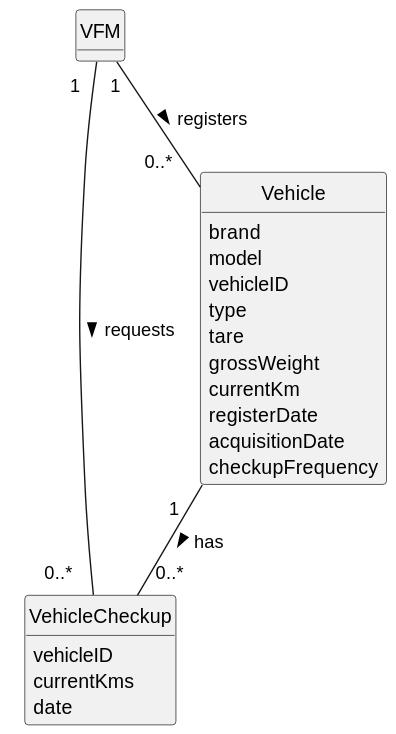
The PlantUML diagram docs/sprintA/us007/02.analysis/svg/us007-domain-model.svg in Departamento-de-Engenharia-Informatica/lei-24-s2-1do-g164, before a commit.
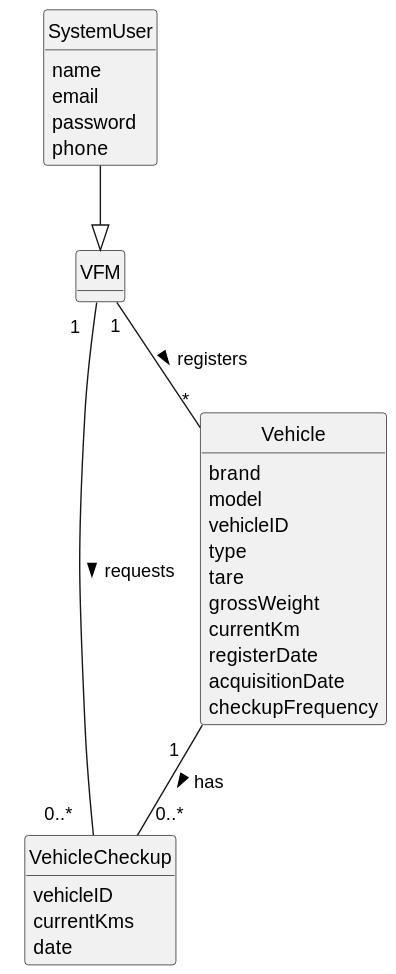
Above is the later version.

What changed in the source:
```diff
@@ -10,6 +10,14 @@
 hide circle
 hide methods
 
+
+class SystemUser {
+    name
+    email
+    password
+    phone
+
+}
 class VFM {
 
 }
@@ -36,7 +44,8 @@
 }
 
 
-VFM "1" -- "0..*   " Vehicle : registers >
+VFM "1" -- "*" Vehicle : registers >
 Vehicle "1   " -- "0..*                        " VehicleCheckup : has >
 VFM "           1 " -- "0..*   " VehicleCheckup : requests >
+SystemUser --|> VFM
 @enduml
```
